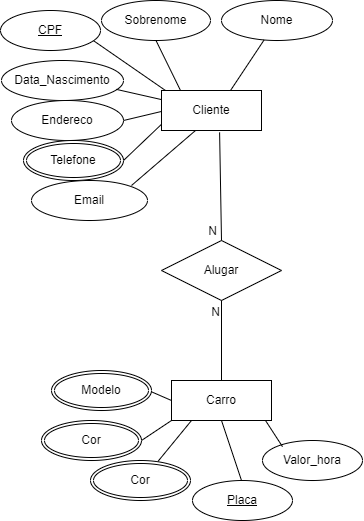
This is Mapa_BD1.drawio.png from Kelly-Prone/diagramas, a draw.io export, as it was before one commit. Source tidied: cells renumbered, new cells last; positions are measured from the earlier drawing's top-left corner, leaving out a move shared by most shapes.
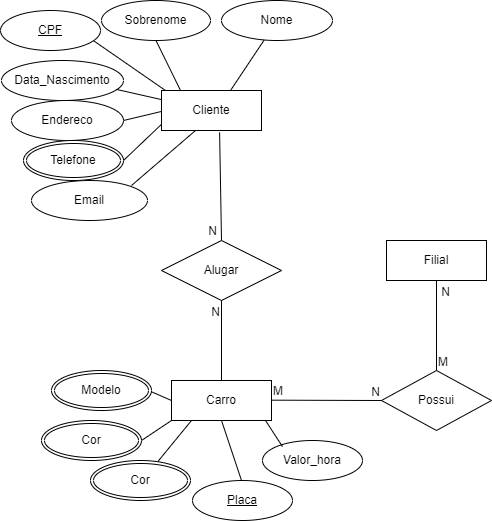
After the commit.

What changed in the source:
```diff
@@ -129,5 +129,33 @@
     <mxCell id="32" value="Cor" style="ellipse;shape=doubleEllipse;margin=3;whiteSpace=wrap;html=1;align=center;" parent="1" vertex="1">
       <mxGeometry x="90" y="460" width="100" height="40" as="geometry" />
     </mxCell>
+    <mxCell id="33" value="Filial" style="whiteSpace=wrap;html=1;align=center;" parent="1" vertex="1">
+      <mxGeometry x="386" y="240" width="100" height="40" as="geometry" />
+    </mxCell>
+    <mxCell id="34" value="Possui" style="shape=rhombus;perimeter=rhombusPerimeter;whiteSpace=wrap;html=1;align=center;" parent="1" vertex="1">
+      <mxGeometry x="381" y="370" width="110" height="60" as="geometry" />
+    </mxCell>
+    <mxCell id="35" style="endArrow=none;html=1;rounded=0;entryX=0;entryY=0.5;entryDx=0;entryDy=0;" parent="1" edge="1" target="34">
+      <mxGeometry relative="1" as="geometry">
+        <mxPoint x="271" y="399.7" as="sourcePoint" />
+      </mxGeometry>
+    </mxCell>
+    <mxCell id="36" value="M" style="html=1;whiteSpace=wrap;align=left;verticalAlign=bottom;" parent="35" vertex="1">
+      <mxGeometry x="-1" relative="1" as="geometry" />
+    </mxCell>
+    <mxCell id="37" value="N" style="html=1;whiteSpace=wrap;align=right;verticalAlign=bottom;" parent="35" vertex="1">
+      <mxGeometry x="1" relative="1" as="geometry" />
+    </mxCell>
+    <mxCell id="38" style="endArrow=none;html=1;rounded=0;entryX=0.5;entryY=1;entryDx=0;entryDy=0;exitX=0.5;exitY=0;exitDx=0;exitDy=0;" parent="1" edge="1" source="34" target="33">
+      <mxGeometry relative="1" as="geometry" />
+    </mxCell>
+    <mxCell id="39" value="M" style="html=1;whiteSpace=wrap;align=left;verticalAlign=bottom;" parent="38" vertex="1">
+      <mxGeometry x="-1" relative="1" as="geometry" />
+    </mxCell>
+    <mxCell id="40" value="N" style="html=1;whiteSpace=wrap;align=right;verticalAlign=bottom;" parent="38" vertex="1">
+      <mxGeometry x="1" relative="1" as="geometry">
+        <mxPoint x="15" y="20" as="offset" />
+      </mxGeometry>
+    </mxCell>
   </root>
 </mxGraphModel>
```
